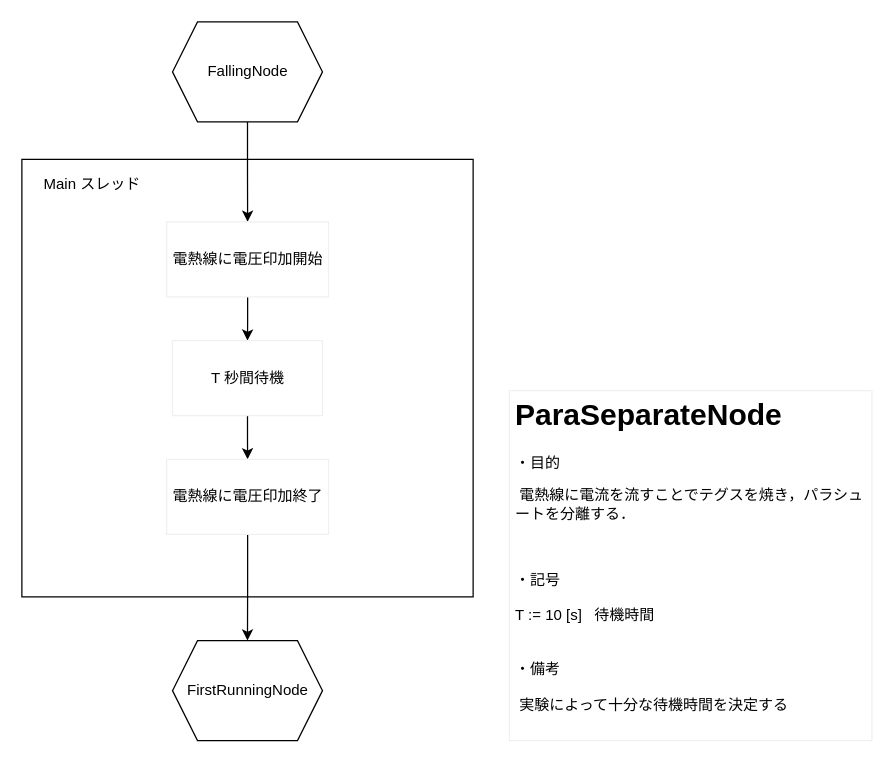
This is page "ParaSeparateNode" (4 of 9) of docs/nodes/parent/flowchart.drawio from FROM-THE-EARTH/canbeta, a draw.io file, before an edit. Source tidied: cells renumbered, new cells numbered last; positions are measured from the earlier drawing's top-left corner, leaving out a move shared by most shapes. Both pictures are drawn from the tidied source at 125%, with x=0, y=0 at pixel (21, 21).
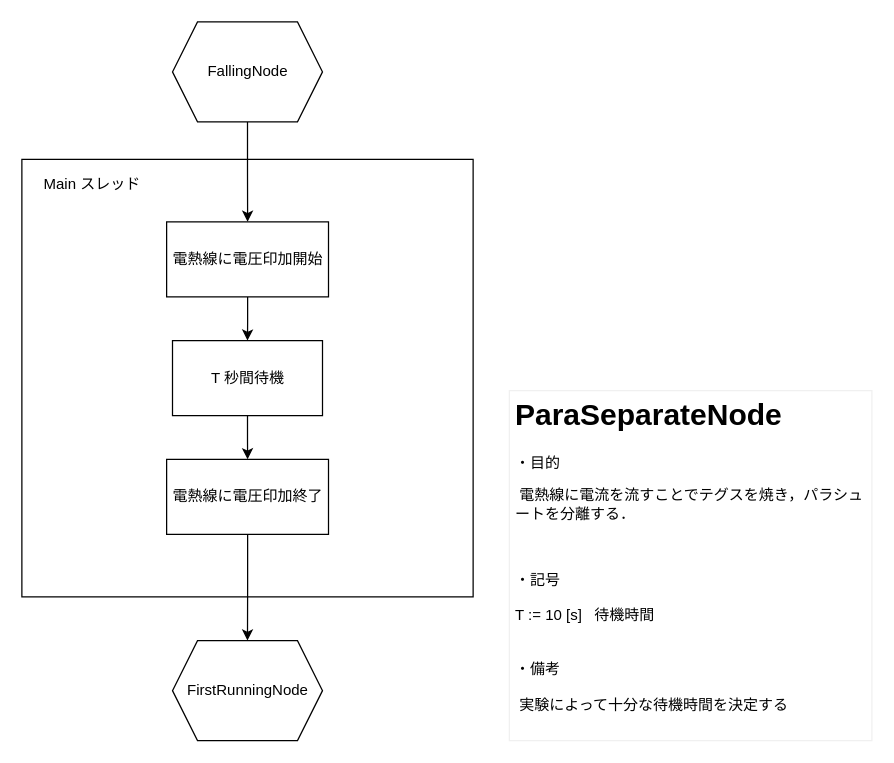
The same diagram, later.

What changed in the source:
```diff
@@
 <mxGraphModel>
   <root>
     <mxCell id="0" />
     <mxCell id="1" parent="0" />
     <mxCell id="2" style="rounded=0;whiteSpace=wrap;html=1;fillColor=none;" parent="1" vertex="1">
       <mxGeometry y="110" width="361" height="350" as="geometry" />
     </mxCell>
     <mxCell id="3" value="FirstRunningNode" style="shape=hexagon;perimeter=hexagonPerimeter2;whiteSpace=wrap;html=1;fixedSize=1;" parent="1" vertex="1">
       <mxGeometry x="120.5" y="495" width="120" height="80" as="geometry" />
     </mxCell>
     <mxCell id="4" style="edgeStyle=orthogonalEdgeStyle;rounded=0;jettySize=auto;html=1;" parent="1" edge="1" source="5" target="9">
       <mxGeometry relative="1" as="geometry" />
     </mxCell>
     <mxCell id="5" value="FallingNode" style="shape=hexagon;perimeter=hexagonPerimeter2;whiteSpace=wrap;html=1;fixedSize=1;" parent="1" vertex="1">
       <mxGeometry x="120.5" width="120" height="80" as="geometry" />
     </mxCell>
     <mxCell id="6" value="Main スレッド" style="text;html=1;align=center;verticalAlign=middle;" parent="1" vertex="1">
       <mxGeometry x="11" y="120" width="90" height="20" as="geometry" />
     </mxCell>
     <mxCell id="7" value="&lt;h1&gt;ParaSeparateNode&lt;/h1&gt;&lt;p&gt;・目的&lt;/p&gt;&lt;p&gt;&lt;span&gt;&amp;nbsp;電熱線に電流を流すことでテグスを焼き，パラシュートを分離する．&lt;/span&gt;&lt;/p&gt;&lt;p&gt;&lt;span&gt;&lt;br&gt;&lt;/span&gt;&lt;/p&gt;・記号&lt;br&gt;&lt;br&gt;T := 10 [s]&amp;nbsp; &amp;nbsp;待機時間&lt;br&gt;&lt;br&gt;&lt;br&gt;・備考&lt;br&gt;&lt;br&gt;&amp;nbsp;実験によって十分な待機時間を決定する" style="text;html=1;fillColor=none;spacing=5;spacingTop=-20;whiteSpace=wrap;overflow=hidden;rounded=0;strokeColor=#f0f0f0;" parent="1" vertex="1">
       <mxGeometry x="390" y="295" width="290" height="280" as="geometry" />
     </mxCell>
     <mxCell id="8" style="edgeStyle=orthogonalEdgeStyle;rounded=0;jettySize=auto;html=1;" parent="1" edge="1" source="9" target="11">
       <mxGeometry relative="1" as="geometry" />
     </mxCell>
-    <mxCell id="9" value="電熱線に電圧印加開始" style="rounded=0;whiteSpace=wrap;html=1;strokeColor=#f0f0f0;" parent="1" vertex="1">
+    <mxCell id="9" value="電熱線に電圧印加開始" style="rounded=0;whiteSpace=wrap;html=1;" parent="1" vertex="1">
       <mxGeometry x="115.8" y="160" width="129.5" height="60" as="geometry" />
     </mxCell>
     <mxCell id="10" style="edgeStyle=orthogonalEdgeStyle;rounded=0;jettySize=auto;html=1;" parent="1" edge="1" source="11" target="13">
       <mxGeometry relative="1" as="geometry" />
     </mxCell>
-    <mxCell id="11" value="T 秒間待機" style="rounded=0;whiteSpace=wrap;html=1;strokeColor=#f0f0f0;" parent="1" vertex="1">
+    <mxCell id="11" value="T 秒間待機" style="rounded=0;whiteSpace=wrap;html=1;" parent="1" vertex="1">
       <mxGeometry x="120.5" y="255" width="120" height="60" as="geometry" />
     </mxCell>
     <mxCell id="12" style="edgeStyle=orthogonalEdgeStyle;rounded=0;jettySize=auto;html=1;" parent="1" edge="1" source="13" target="3">
       <mxGeometry relative="1" as="geometry" />
     </mxCell>
-    <mxCell id="13" value="電熱線に電圧印加終了" style="rounded=0;whiteSpace=wrap;html=1;strokeColor=#f0f0f0;" parent="1" vertex="1">
+    <mxCell id="13" value="電熱線に電圧印加終了" style="rounded=0;whiteSpace=wrap;html=1;" parent="1" vertex="1">
       <mxGeometry x="115.8" y="350" width="129.5" height="60" as="geometry" />
     </mxCell>
   </root>
 </mxGraphModel>
```
